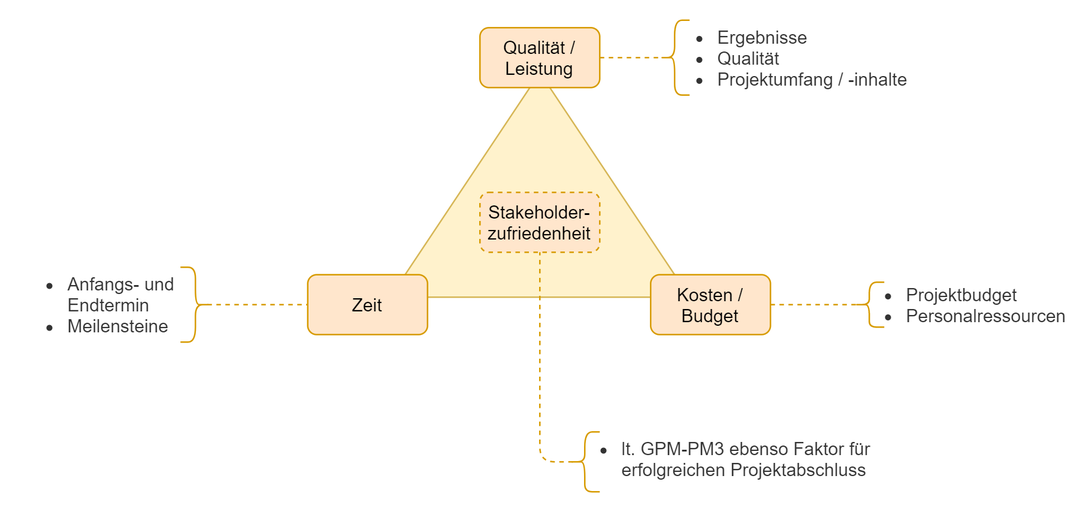
algoristic/dewey keeps this draw.io diagram as src/main/resources/images/magisches_dreieck_001.png. Above is the earlier version. Source tidied: cells renumbered, new cells last; positions are measured from the earlier drawing's top-left corner, leaving out a move shared by most shapes. Its diagram source:
```xml
<mxGraphModel>
  <root>
    <mxCell id="0" />
    <mxCell id="1" parent="0" />
    <mxCell id="2" style="triangle;whiteSpace=wrap;html=1;rotation=-90;fillColor=#fff2cc;strokeColor=#d6b656;" parent="1" vertex="1">
      <mxGeometry x="285" y="23" width="150" height="200" as="geometry" />
    </mxCell>
    <mxCell id="3" value="Kosten / Budget" style="text;html=1;strokeColor=#d79b00;fillColor=#ffe6cc;align=center;verticalAlign=middle;whiteSpace=wrap;rounded=1;" parent="1" vertex="1">
      <mxGeometry x="434" y="183" width="80" height="40" as="geometry" />
    </mxCell>
    <mxCell id="4" value="Stakeholder-&lt;br&gt;zufriedenheit" style="text;html=1;strokeColor=#d79b00;fillColor=#ffe6cc;align=center;verticalAlign=middle;whiteSpace=wrap;rounded=1;dashed=1;" parent="1" vertex="1">
      <mxGeometry x="320" y="128" width="80" height="40" as="geometry" />
    </mxCell>
    <mxCell id="5" value="Zeit" style="text;html=1;strokeColor=#d79b00;fillColor=#ffe6cc;align=center;verticalAlign=middle;whiteSpace=wrap;rounded=1;" parent="1" vertex="1">
      <mxGeometry x="205" y="183" width="80" height="40" as="geometry" />
    </mxCell>
    <mxCell id="6" value="Qualität / Leistung" style="text;html=1;strokeColor=#d79b00;fillColor=#ffe6cc;align=center;verticalAlign=middle;whiteSpace=wrap;rounded=1;" parent="1" vertex="1">
      <mxGeometry x="320" y="18" width="80" height="40" as="geometry" />
    </mxCell>
    <mxCell id="7" value="&lt;ul&gt;&lt;li&gt;Ergebnisse&lt;/li&gt;&lt;li&gt;Qualität&lt;/li&gt;&lt;li&gt;Projektumfang / -inhalte&lt;/li&gt;&lt;/ul&gt;" style="rounded=0;whiteSpace=wrap;html=1;fontColor=#333333;align=left;spacingLeft=3;fillColor=none;strokeColor=none;" parent="1" vertex="1">
      <mxGeometry x="434" y="0.5" width="180" height="75" as="geometry" />
    </mxCell>
    <mxCell id="8" value="&lt;ul&gt;&lt;li&gt;Anfangs- und Endtermin&lt;/li&gt;&lt;li&gt;Meilensteine&lt;/li&gt;&lt;/ul&gt;" style="rounded=0;whiteSpace=wrap;html=1;fontColor=#333333;align=left;spacingLeft=3;fillColor=none;strokeColor=none;" parent="1" vertex="1">
      <mxGeometry y="165.5" width="150" height="75" as="geometry" />
    </mxCell>
    <mxCell id="9" value="&lt;ul&gt;&lt;li&gt;lt. GPM-PM3 ebenso Faktor für erfolgreichen Projektabschluss&lt;/li&gt;&lt;/ul&gt;" style="rounded=0;whiteSpace=wrap;html=1;fontColor=#333333;align=left;spacingLeft=3;fillColor=none;strokeColor=none;" parent="1" vertex="1">
      <mxGeometry x="370" y="268" width="220" height="75" as="geometry" />
    </mxCell>
    <mxCell id="10" value="&lt;ul&gt;&lt;li&gt;Projektbudget&lt;/li&gt;&lt;li&gt;Personalressourcen&lt;/li&gt;&lt;/ul&gt;" style="rounded=0;whiteSpace=wrap;html=1;fontColor=#333333;align=left;spacingLeft=3;fillColor=none;strokeColor=none;" parent="1" vertex="1">
      <mxGeometry x="560" y="165.5" width="160" height="75" as="geometry" />
    </mxCell>
    <mxCell id="11" style="shape=curlyBracket;whiteSpace=wrap;html=1;rounded=1;fillColor=#ffe6cc;align=left;strokeColor=#d79b00;" parent="1" vertex="1">
      <mxGeometry x="440" y="13" width="20" height="50" as="geometry" />
    </mxCell>
    <mxCell id="12" style="shape=curlyBracket;whiteSpace=wrap;html=1;rounded=1;fillColor=#ffe6cc;align=left;strokeColor=#d79b00;" parent="1" vertex="1">
      <mxGeometry x="570" y="188" width="20" height="30" as="geometry" />
    </mxCell>
    <mxCell id="13" style="shape=curlyBracket;whiteSpace=wrap;html=1;rounded=1;fillColor=#ffe6cc;align=left;strokeColor=#d79b00;" parent="1" vertex="1">
      <mxGeometry x="380" y="288" width="20" height="40" as="geometry" />
    </mxCell>
    <mxCell id="14" style="shape=curlyBracket;whiteSpace=wrap;html=1;rounded=1;fillColor=#ffe6cc;align=left;rotation=-180;strokeColor=#d79b00;" parent="1" vertex="1">
      <mxGeometry x="120" y="178" width="20" height="50" as="geometry" />
    </mxCell>
    <mxCell id="15" style="endArrow=none;html=1;entryX=0;entryY=0.5;entryDx=0;entryDy=0;exitX=0.1;exitY=0.5;exitDx=0;exitDy=0;exitPerimeter=0;dashed=1;fillColor=#ffe6cc;strokeColor=#d79b00;" parent="1" edge="1" source="14" target="5">
      <mxGeometry relative="1" as="geometry" />
    </mxCell>
    <mxCell id="16" style="endArrow=none;html=1;entryX=0.5;entryY=1;entryDx=0;entryDy=0;exitX=0.1;exitY=0.5;exitDx=0;exitDy=0;exitPerimeter=0;dashed=1;fillColor=#ffe6cc;strokeColor=#d79b00;" parent="1" edge="1" source="13" target="4">
      <mxGeometry relative="1" as="geometry">
        <Array as="points">
          <mxPoint x="360" y="308" />
        </Array>
      </mxGeometry>
    </mxCell>
    <mxCell id="17" style="endArrow=none;html=1;exitX=1;exitY=0.5;exitDx=0;exitDy=0;entryX=0.1;entryY=0.5;entryDx=0;entryDy=0;entryPerimeter=0;dashed=1;fillColor=#ffe6cc;strokeColor=#d79b00;" parent="1" edge="1" source="3" target="12">
      <mxGeometry relative="1" as="geometry" />
    </mxCell>
    <mxCell id="18" style="endArrow=none;html=1;exitX=1;exitY=0.5;exitDx=0;exitDy=0;entryX=0.1;entryY=0.5;entryDx=0;entryDy=0;entryPerimeter=0;dashed=1;fillColor=#ffe6cc;strokeColor=#d79b00;" parent="1" edge="1" source="6" target="11">
      <mxGeometry relative="1" as="geometry" />
    </mxCell>
  </root>
</mxGraphModel>
```
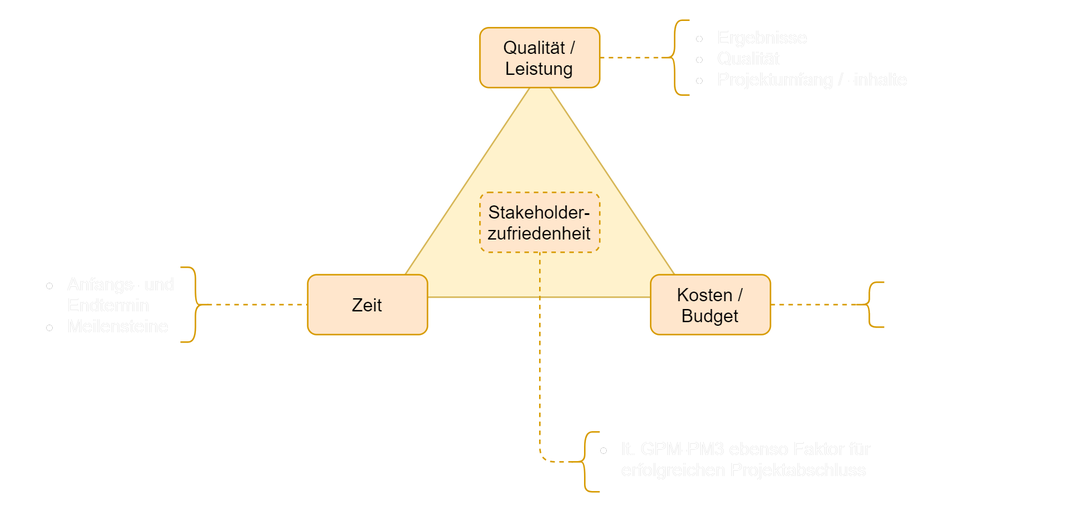
After the commit.

Commit message:
💄 Darkmode auch bei Bildern

Diff of the diagram source:
```diff
@@ -1,4 +1,4 @@
-<mxGraphModel>
+<mxGraphModel background="#000000">
   <root>
     <mxCell id="0" />
     <mxCell id="1" parent="0" />
@@ -26,7 +26,7 @@
     <mxCell id="9" value="&lt;ul&gt;&lt;li&gt;lt. GPM-PM3 ebenso Faktor für erfolgreichen Projektabschluss&lt;/li&gt;&lt;/ul&gt;" style="rounded=0;whiteSpace=wrap;html=1;fontColor=#333333;align=left;spacingLeft=3;fillColor=none;strokeColor=none;" parent="1" vertex="1">
       <mxGeometry x="370" y="268" width="220" height="75" as="geometry" />
     </mxCell>
-    <mxCell id="10" value="&lt;ul&gt;&lt;li&gt;Projektbudget&lt;/li&gt;&lt;li&gt;Personalressourcen&lt;/li&gt;&lt;/ul&gt;" style="rounded=0;whiteSpace=wrap;html=1;fontColor=#333333;align=left;spacingLeft=3;fillColor=none;strokeColor=none;" parent="1" vertex="1">
+    <mxCell id="10" value="&lt;ul&gt;&lt;li&gt;Projektbudget&lt;/li&gt;&lt;li&gt;Personalressourcen&lt;/li&gt;&lt;/ul&gt;" style="rounded=0;whiteSpace=wrap;html=1;align=left;spacingLeft=3;fillColor=none;strokeColor=none;fontColor=#FFFFFF;" parent="1" vertex="1">
       <mxGeometry x="560" y="165.5" width="160" height="75" as="geometry" />
     </mxCell>
     <mxCell id="11" style="shape=curlyBracket;whiteSpace=wrap;html=1;rounded=1;fillColor=#ffe6cc;align=left;strokeColor=#d79b00;" parent="1" vertex="1">
@@ -57,5 +57,14 @@
     <mxCell id="18" style="endArrow=none;html=1;exitX=1;exitY=0.5;exitDx=0;exitDy=0;entryX=0.1;entryY=0.5;entryDx=0;entryDy=0;entryPerimeter=0;dashed=1;fillColor=#ffe6cc;strokeColor=#d79b00;" parent="1" edge="1" source="6" target="11">
       <mxGeometry relative="1" as="geometry" />
     </mxCell>
+    <mxCell id="19" value="&lt;ul&gt;&lt;li&gt;Anfangs- und Endtermin&lt;/li&gt;&lt;li&gt;Meilensteine&lt;/li&gt;&lt;/ul&gt;" style="rounded=0;whiteSpace=wrap;html=1;align=left;spacingLeft=3;fillColor=none;strokeColor=none;fontColor=#FFFFFF;" parent="1" vertex="1">
+      <mxGeometry y="165.5" width="150" height="75" as="geometry" />
+    </mxCell>
+    <mxCell id="20" value="&lt;ul&gt;&lt;li&gt;Ergebnisse&lt;/li&gt;&lt;li&gt;Qualität&lt;/li&gt;&lt;li&gt;Projektumfang / -inhalte&lt;/li&gt;&lt;/ul&gt;" style="rounded=0;whiteSpace=wrap;html=1;align=left;spacingLeft=3;fillColor=none;strokeColor=none;fontColor=#FFFFFF;" parent="1" vertex="1">
+      <mxGeometry x="434" y="0.5" width="180" height="75" as="geometry" />
+    </mxCell>
+    <mxCell id="21" value="&lt;ul&gt;&lt;li&gt;lt. GPM-PM3 ebenso Faktor für erfolgreichen Projektabschluss&lt;/li&gt;&lt;/ul&gt;" style="rounded=0;whiteSpace=wrap;html=1;align=left;spacingLeft=3;fillColor=none;strokeColor=none;fontColor=#FFFFFF;" parent="1" vertex="1">
+      <mxGeometry x="370" y="268" width="220" height="75" as="geometry" />
+    </mxCell>
   </root>
 </mxGraphModel>
```
